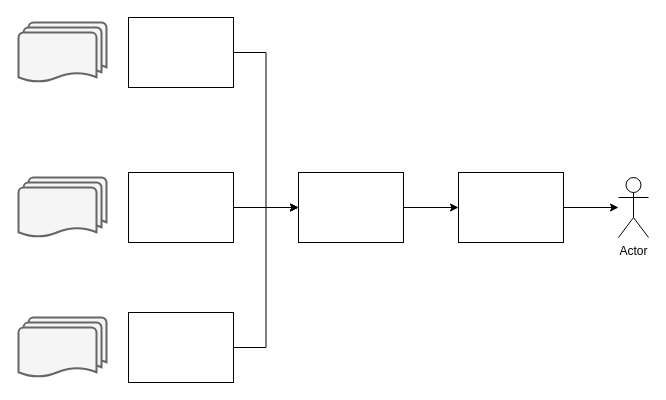
Earlier version of the draw.io diagram ELK1.drawio (Carlisle345748/cloudimg). Source tidied: cells renumbered, new cells numbered last; positions are measured from the earlier drawing's top-left corner, leaving out a move shared by most shapes. Both pictures are drawn from the tidied source at 100%, with x=0, y=0 at pixel (18, 17).
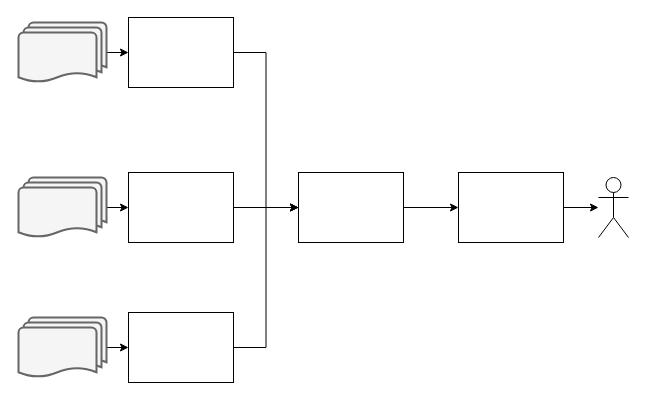
After the change.

What changed in the source:
```diff
@@
 <mxGraphModel>
   <root>
     <mxCell id="0" />
     <mxCell id="1" parent="0" />
+    <mxCell id="16" style="edgeStyle=orthogonalEdgeStyle;rounded=0;jettySize=auto;html=1;" parent="1" edge="1" source="2" target="5">
+      <mxGeometry relative="1" as="geometry" />
+    </mxCell>
     <mxCell id="2" style="strokeWidth=2;html=1;shape=mxgraph.flowchart.multi-document;whiteSpace=wrap;fillColor=#f5f5f5;strokeColor=#666666;fontColor=#333333;" parent="1" vertex="1">
       <mxGeometry y="5" width="88" height="60" as="geometry" />
     </mxCell>
-    <mxCell id="3" value="Actor" style="shape=umlActor;verticalLabelPosition=bottom;verticalAlign=top;html=1;outlineConnect=0;" parent="1" vertex="1">
-      <mxGeometry x="600" y="160" width="30" height="60" as="geometry" />
+    <mxCell id="3" style="shape=umlActor;verticalLabelPosition=bottom;verticalAlign=top;html=1;outlineConnect=0;" parent="1" vertex="1">
+      <mxGeometry x="580" y="160" width="30" height="60" as="geometry" />
     </mxCell>
     <mxCell id="4" style="edgeStyle=orthogonalEdgeStyle;rounded=0;jettySize=auto;html=1;entryX=0;entryY=0.5;entryDx=0;entryDy=0;" parent="1" edge="1" source="5" target="13">
       <mxGeometry relative="1" as="geometry" />
     </mxCell>
     <mxCell id="5" style="rounded=0;whiteSpace=wrap;html=1;" parent="1" vertex="1">
       <mxGeometry x="110" width="105" height="70" as="geometry" />
     </mxCell>
+    <mxCell id="17" style="edgeStyle=orthogonalEdgeStyle;rounded=0;jettySize=auto;html=1;" parent="1" edge="1" source="6" target="8">
+      <mxGeometry relative="1" as="geometry" />
+    </mxCell>
     <mxCell id="6" style="strokeWidth=2;html=1;shape=mxgraph.flowchart.multi-document;whiteSpace=wrap;fillColor=#f5f5f5;strokeColor=#666666;fontColor=#333333;" parent="1" vertex="1">
       <mxGeometry y="160" width="88" height="60" as="geometry" />
     </mxCell>
     <mxCell id="7" style="edgeStyle=orthogonalEdgeStyle;rounded=0;jettySize=auto;html=1;" parent="1" edge="1" source="8" target="13">
       <mxGeometry relative="1" as="geometry" />
     </mxCell>
     <mxCell id="8" style="rounded=0;whiteSpace=wrap;html=1;" parent="1" vertex="1">
       <mxGeometry x="110" y="155" width="105" height="70" as="geometry" />
     </mxCell>
+    <mxCell id="18" style="edgeStyle=orthogonalEdgeStyle;rounded=0;jettySize=auto;html=1;" parent="1" edge="1" source="9" target="11">
+      <mxGeometry relative="1" as="geometry" />
+    </mxCell>
     <mxCell id="9" style="strokeWidth=2;html=1;shape=mxgraph.flowchart.multi-document;whiteSpace=wrap;fillColor=#f5f5f5;strokeColor=#666666;fontColor=#333333;" parent="1" vertex="1">
       <mxGeometry y="300" width="88" height="60" as="geometry" />
     </mxCell>
     <mxCell id="10" style="edgeStyle=orthogonalEdgeStyle;rounded=0;jettySize=auto;html=1;entryX=0;entryY=0.5;entryDx=0;entryDy=0;" parent="1" edge="1" source="11" target="13">
       <mxGeometry relative="1" as="geometry" />
     </mxCell>
     <mxCell id="11" style="rounded=0;whiteSpace=wrap;html=1;" parent="1" vertex="1">
       <mxGeometry x="110" y="295" width="105" height="70" as="geometry" />
     </mxCell>
     <mxCell id="12" style="edgeStyle=orthogonalEdgeStyle;rounded=0;jettySize=auto;html=1;entryX=0;entryY=0.5;entryDx=0;entryDy=0;" parent="1" edge="1" source="13" target="15">
       <mxGeometry relative="1" as="geometry" />
     </mxCell>
     <mxCell id="13" style="rounded=0;whiteSpace=wrap;html=1;" parent="1" vertex="1">
       <mxGeometry x="280" y="155" width="105" height="70" as="geometry" />
     </mxCell>
     <mxCell id="14" style="edgeStyle=orthogonalEdgeStyle;rounded=0;jettySize=auto;html=1;" parent="1" edge="1" source="15" target="3">
       <mxGeometry relative="1" as="geometry" />
     </mxCell>
     <mxCell id="15" style="rounded=0;whiteSpace=wrap;html=1;" parent="1" vertex="1">
       <mxGeometry x="440" y="155" width="105" height="70" as="geometry" />
     </mxCell>
   </root>
 </mxGraphModel>
```
